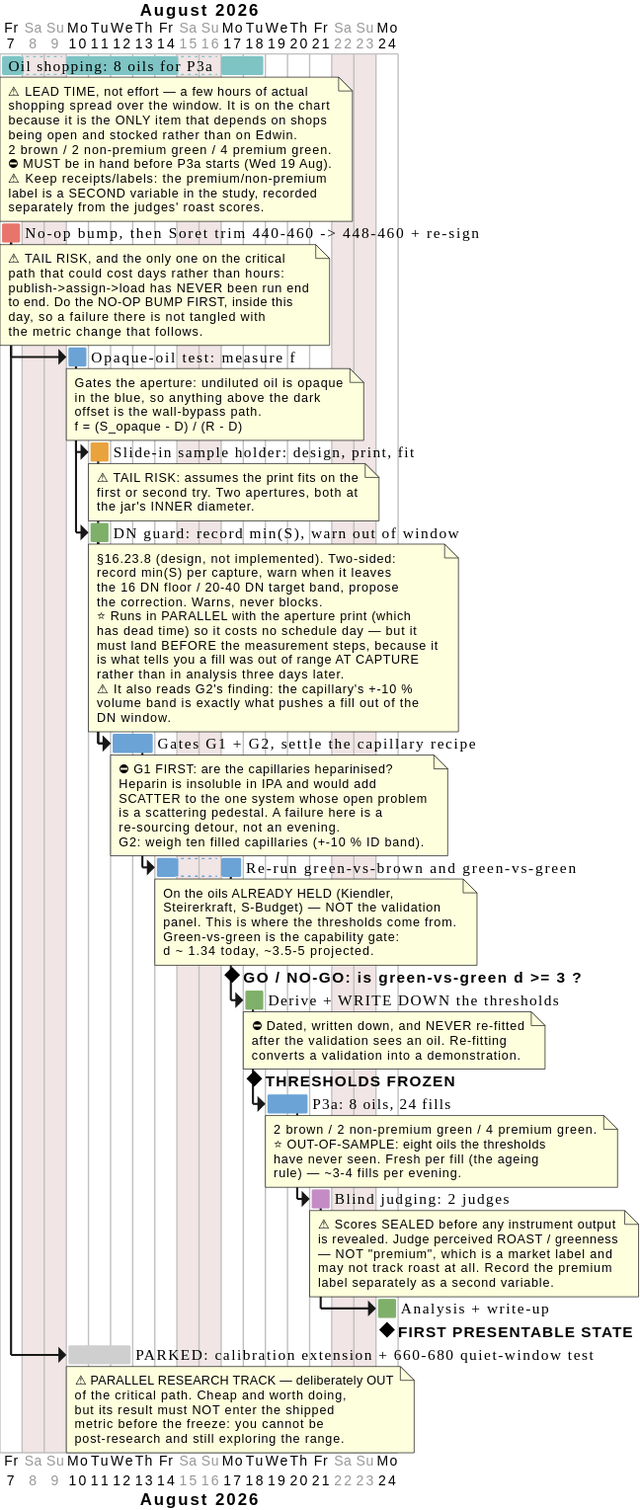
nidwe72/spectracs-docs keeps this PlantUML diagram as first_presentable_state.svg. Above is the earlier version.
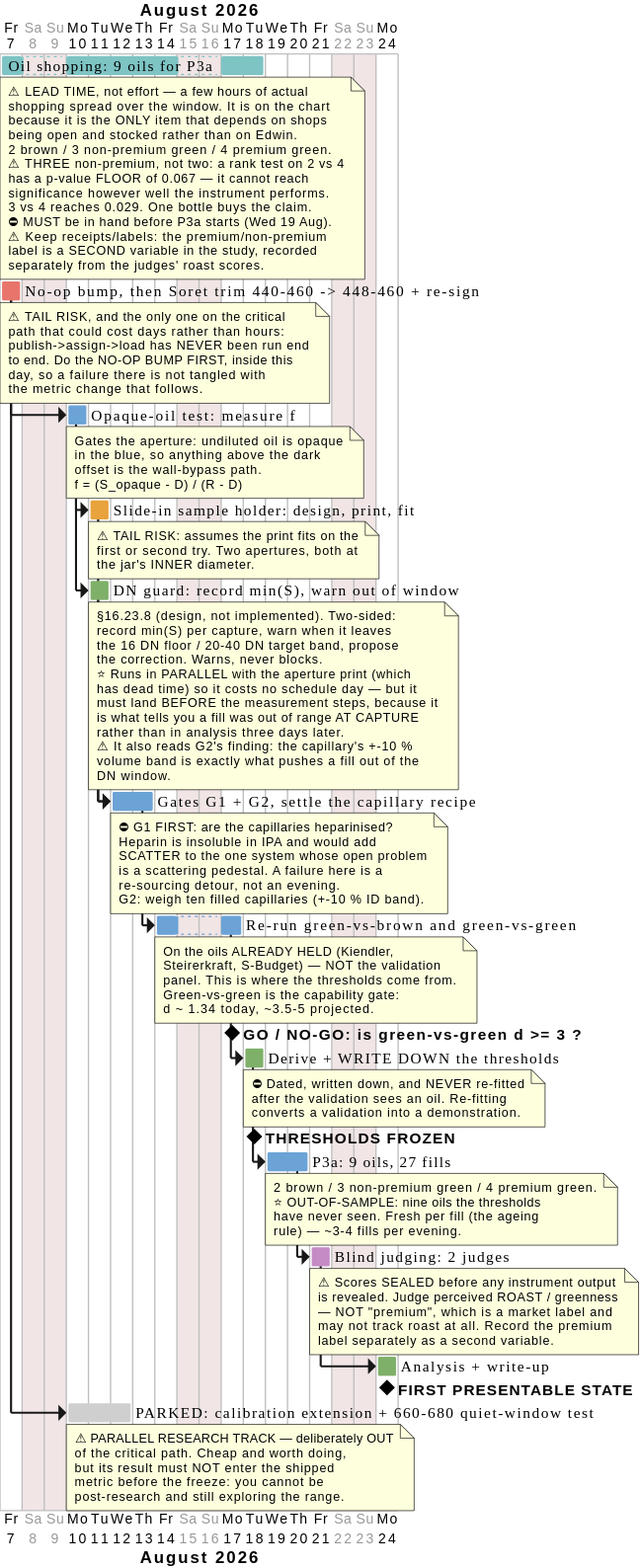
The same diagram one commit later.

Commit message:
Roadmap + Gantt: P3a panel to 9 oils, 3 non-premium vs 4 premium

The p-value floor table and why one bottle changes the study from
undefendable to defendable, plus the green-vs-green error rates that say the
within-green result has to be presented as a ranking with a confidence
rather than a second badge.

Diff of the diagram source:
```diff
@@ -19,14 +19,18 @@
 }
 </style>
 
-[Oil shopping: 8 oils for P3a] as [SHOP] lasts 8 days
+[Oil shopping: 9 oils for P3a] as [SHOP] lasts 8 days
 [SHOP] is colored in #7EC4C4
 note bottom
   ⚠ LEAD TIME, not effort — a few hours of actual
   shopping spread over the window. It is on the chart
   because it is the ONLY item that depends on shops
   being open and stocked rather than on Edwin.
-  2 brown / 2 non-premium green / 4 premium green.
+  2 brown / 3 non-premium green / 4 premium green.
+  ⚠ THREE non-premium, not two: a rank test on 2 vs 4
+  has a p-value FLOOR of 0.067 — it cannot reach
+  significance however well the instrument performs.
+  3 vs 4 reaches 0.029. One bottle buys the claim.
   ⛔ MUST be in hand before P3a starts (Wed 19 Aug).
   ⚠ Keep receipts/labels: the premium/non-premium
   label is a SECOND variable in the study, recorded
@@ -118,12 +122,12 @@
 
 [THRESHOLDS FROZEN] as [FROZEN] happens at [FREEZE]'s end
 
-[P3a: 8 oils, 24 fills] as [P3AMEAS] lasts 2 days
+[P3a: 9 oils, 27 fills] as [P3AMEAS] lasts 2 days
 [P3AMEAS] starts at [FREEZE]'s end
 [P3AMEAS] is colored in #6BA3D6
 note bottom
-  2 brown / 2 non-premium green / 4 premium green.
-  ⭐ OUT-OF-SAMPLE: eight oils the thresholds
+  2 brown / 3 non-premium green / 4 premium green.
+  ⭐ OUT-OF-SAMPLE: nine oils the thresholds
   have never seen. Fresh per fill (the ageing
   rule) — ~3-4 fills per evening.
 end note
```
